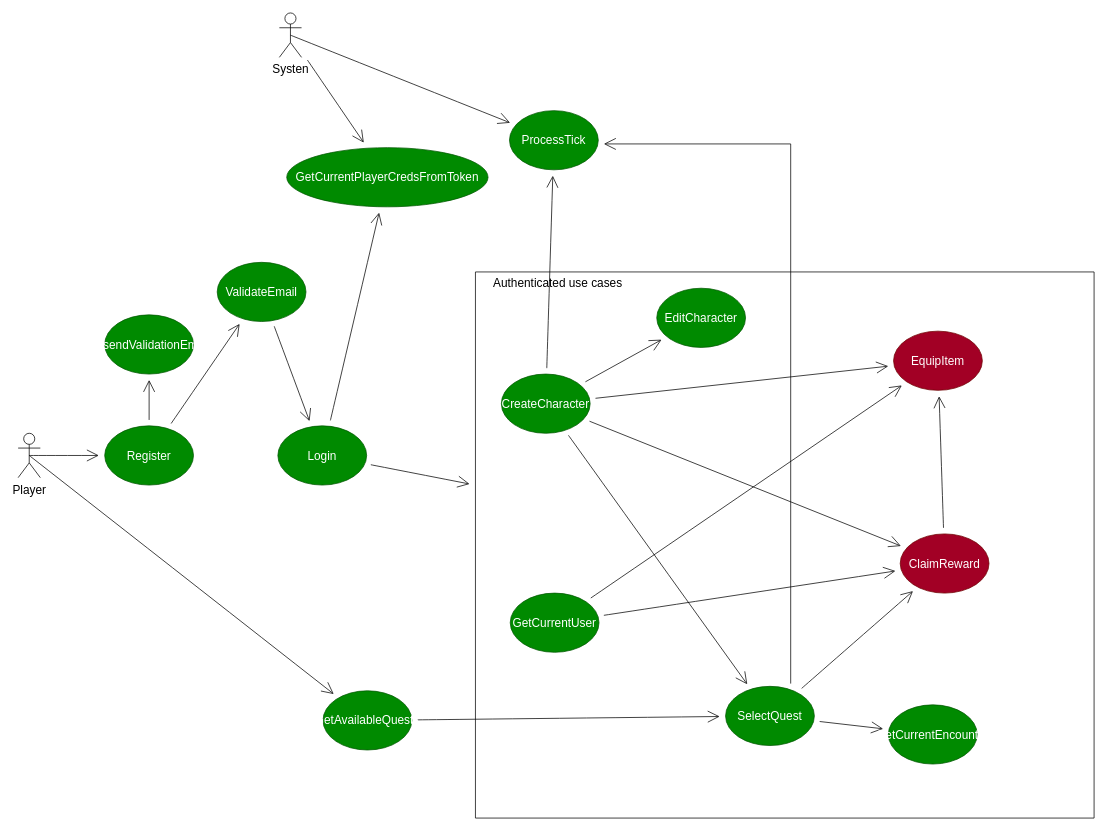
Earlier version of the draw.io diagram IdlegharDotnet/docs/use-cases.drawio (Piarrot/idleghar). Source tidied: cells renumbered, new cells numbered last; positions are measured from the earlier drawing's top-left corner, leaving out a move shared by most shapes. Both pictures are drawn from the tidied source at 74%, with x=0, y=0 at pixel (18, 13).
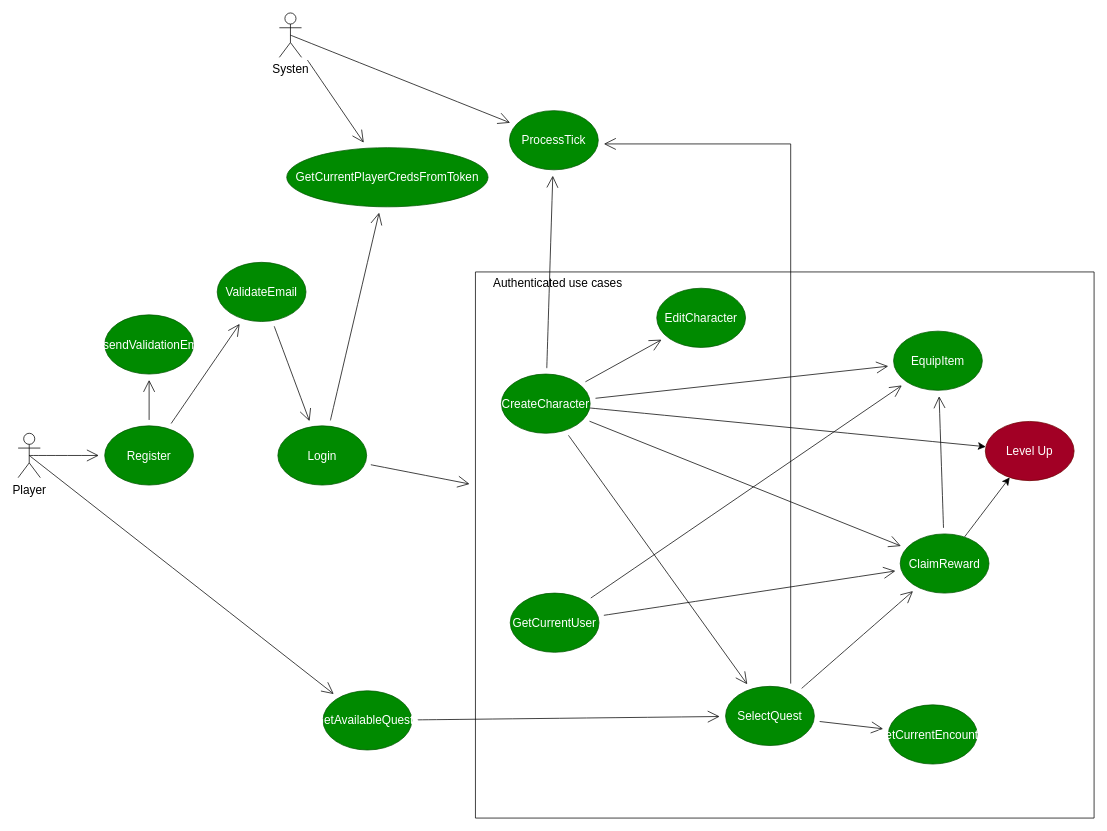
Above is the later version.

Unchanged cells that the change refers to:
```xml
<mxCell id="2" style="swimlane;startSize=0;fontSize=16;" parent="1" vertex="1">
  <mxGeometry x="618" y="350" width="836" height="738" as="geometry" />
</mxCell>
<mxCell id="7" value="CreateCharacter" style="ellipse;whiteSpace=wrap;html=1;fontSize=16;fillColor=#008a00;fontColor=#ffffff;strokeColor=#005700;" parent="2" vertex="1">
  <mxGeometry x="35" y="138" width="120" height="80" as="geometry" />
</mxCell>
```

The edit, as a diff of the source:
```diff
@@
+    <mxCell id="41" style="edgeStyle=none;curved=1;rounded=0;jettySize=auto;html=1;fontSize=12;startSize=8;endSize=8;" parent="2" edge="1" source="7" target="43">
+      <mxGeometry relative="1" as="geometry" />
+    </mxCell>
@@
+    <mxCell id="42" style="edgeStyle=none;curved=1;rounded=0;jettySize=auto;html=1;fontSize=12;startSize=8;endSize=8;" parent="2" edge="1" source="16" target="43">
+      <mxGeometry relative="1" as="geometry" />
+    </mxCell>
-    <mxCell id="16" value="ClaimReward" style="ellipse;whiteSpace=wrap;html=1;fontSize=16;fillColor=#a20025;fontColor=#ffffff;strokeColor=#6F0000;" parent="2" vertex="1">
+    <mxCell id="16" value="ClaimReward" style="ellipse;whiteSpace=wrap;html=1;fontSize=16;fillColor=#008a00;fontColor=#ffffff;strokeColor=#005700;" parent="2" vertex="1">
       <mxGeometry x="574" y="354" width="120" height="80" as="geometry" />
     </mxCell>
-    <mxCell id="17" value="EquipItem" style="ellipse;whiteSpace=wrap;html=1;fontSize=16;fillColor=#a20025;fontColor=#ffffff;strokeColor=#6F0000;" parent="2" vertex="1">
+    <mxCell id="17" value="EquipItem" style="ellipse;whiteSpace=wrap;html=1;fontSize=16;fillColor=#008a00;fontColor=#ffffff;strokeColor=#005700;" parent="2" vertex="1">
       <mxGeometry x="565" y="80" width="120" height="80" as="geometry" />
     </mxCell>
@@
+    <mxCell id="43" value="Level Up" style="ellipse;whiteSpace=wrap;html=1;fontSize=16;fillColor=#a20025;fontColor=#ffffff;strokeColor=#6F0000;" parent="2" vertex="1">
+      <mxGeometry x="689" y="202" width="120" height="80" as="geometry" />
+    </mxCell>
```
